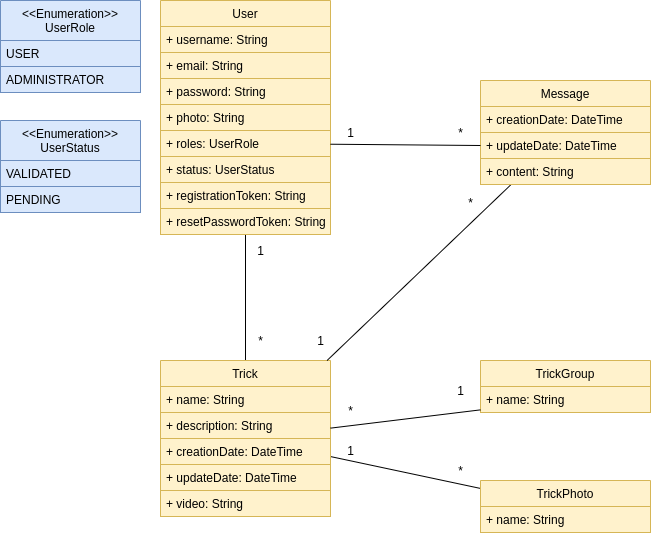
Earlier version of the draw.io export uml/Class Diagram.png (briandidierjean/projet6-da-php-symfony-oc). Source tidied: cells renumbered, new cells last; positions are measured from the earlier drawing's top-left corner, leaving out a move shared by most shapes. Source of this version:
```xml
<mxGraphModel>
  <root>
    <mxCell id="0" />
    <mxCell id="1" parent="0" />
    <mxCell id="2" style="edgeStyle=orthogonalEdgeStyle;rounded=0;jettySize=auto;html=1;entryX=0.5;entryY=0;entryDx=0;entryDy=0;endArrow=none;endFill=0;" parent="1" edge="1" source="3" target="19">
      <mxGeometry relative="1" as="geometry" />
    </mxCell>
    <mxCell id="3" value="User" style="swimlane;fontStyle=0;horizontal=1;startSize=26;fillColor=#fff2cc;strokeColor=#d6b656;" parent="1" vertex="1">
      <mxGeometry x="160" width="170" height="234" as="geometry" />
    </mxCell>
    <mxCell id="4" value="+ username: String" style="text;strokeColor=#d6b656;fillColor=#fff2cc;align=left;verticalAlign=top;spacingLeft=4;spacingRight=4;overflow=hidden;" parent="3" vertex="1">
      <mxGeometry y="26" width="170" height="26" as="geometry" />
    </mxCell>
    <mxCell id="5" value="+ email: String" style="text;strokeColor=#d6b656;fillColor=#fff2cc;align=left;verticalAlign=top;spacingLeft=4;spacingRight=4;overflow=hidden;" parent="3" vertex="1">
      <mxGeometry y="52" width="170" height="26" as="geometry" />
    </mxCell>
    <mxCell id="6" value="+ password: String" style="text;strokeColor=#d6b656;fillColor=#fff2cc;align=left;verticalAlign=top;spacingLeft=4;spacingRight=4;overflow=hidden;" parent="3" vertex="1">
      <mxGeometry y="78" width="170" height="26" as="geometry" />
    </mxCell>
    <mxCell id="7" value="+ photo: String" style="text;strokeColor=#d6b656;fillColor=#fff2cc;align=left;verticalAlign=top;spacingLeft=4;spacingRight=4;overflow=hidden;" parent="3" vertex="1">
      <mxGeometry y="104" width="170" height="26" as="geometry" />
    </mxCell>
    <mxCell id="8" value="+ roles: UserRole" style="text;strokeColor=#d6b656;fillColor=#fff2cc;align=left;verticalAlign=top;spacingLeft=4;spacingRight=4;overflow=hidden;points=[[0,0.5],[1,0.5]];portConstraint=eastwest;" parent="3" vertex="1">
      <mxGeometry y="130" width="170" height="26" as="geometry" />
    </mxCell>
    <mxCell id="9" value="+ status: UserStatus" style="text;strokeColor=#d6b656;fillColor=#fff2cc;align=left;verticalAlign=top;spacingLeft=4;spacingRight=4;overflow=hidden;" parent="3" vertex="1">
      <mxGeometry y="156" width="170" height="26" as="geometry" />
    </mxCell>
    <mxCell id="10" value="+ registrationToken: String" style="text;strokeColor=#d6b656;fillColor=#fff2cc;align=left;verticalAlign=top;spacingLeft=4;spacingRight=4;overflow=hidden;" parent="3" vertex="1">
      <mxGeometry y="182" width="170" height="26" as="geometry" />
    </mxCell>
    <mxCell id="11" value="+ resetPasswordToken: String" style="text;strokeColor=#d6b656;fillColor=#fff2cc;align=left;verticalAlign=top;spacingLeft=4;spacingRight=4;overflow=hidden;" parent="3" vertex="1">
      <mxGeometry y="208" width="170" height="26" as="geometry" />
    </mxCell>
    <mxCell id="12" value="&lt;&lt;Enumeration&gt;&gt;&#10;UserRole" style="swimlane;fontStyle=0;horizontal=1;startSize=40;fillColor=#dae8fc;strokeColor=#6c8ebf;" parent="1" vertex="1">
      <mxGeometry width="140" height="92" as="geometry" />
    </mxCell>
    <mxCell id="13" value="USER" style="text;fillColor=#dae8fc;align=left;verticalAlign=top;spacingLeft=4;spacingRight=4;overflow=hidden;labelBorderColor=none;strokeColor=#6c8ebf;" parent="12" vertex="1">
      <mxGeometry y="40" width="140" height="26" as="geometry" />
    </mxCell>
    <mxCell id="14" value="ADMINISTRATOR" style="text;strokeColor=#6c8ebf;fillColor=#dae8fc;align=left;verticalAlign=top;spacingLeft=4;spacingRight=4;overflow=hidden;" parent="12" vertex="1">
      <mxGeometry y="66" width="140" height="26" as="geometry" />
    </mxCell>
    <mxCell id="15" value="&lt;&lt;Enumeration&gt;&gt;&#10;UserStatus" style="swimlane;fontStyle=0;horizontal=1;startSize=40;fillColor=#dae8fc;strokeColor=#6c8ebf;" parent="1" vertex="1">
      <mxGeometry y="120" width="140" height="92" as="geometry" />
    </mxCell>
    <mxCell id="16" value="VALIDATED" style="text;fillColor=#dae8fc;align=left;verticalAlign=top;spacingLeft=4;spacingRight=4;overflow=hidden;labelBorderColor=none;strokeColor=#6c8ebf;" parent="15" vertex="1">
      <mxGeometry y="40" width="140" height="26" as="geometry" />
    </mxCell>
    <mxCell id="17" value="PENDING" style="text;strokeColor=#6c8ebf;fillColor=#dae8fc;align=left;verticalAlign=top;spacingLeft=4;spacingRight=4;overflow=hidden;" parent="15" vertex="1">
      <mxGeometry y="66" width="140" height="26" as="geometry" />
    </mxCell>
    <mxCell id="18" style="edgeStyle=none;rounded=0;jettySize=auto;html=1;endArrow=none;endFill=0;" parent="1" edge="1" source="19" target="32">
      <mxGeometry relative="1" as="geometry" />
    </mxCell>
    <mxCell id="19" value="Trick" style="swimlane;fontStyle=0;horizontal=1;startSize=26;fillColor=#fff2cc;strokeColor=#d6b656;" parent="1" vertex="1">
      <mxGeometry x="160" y="360" width="170" height="156" as="geometry" />
    </mxCell>
    <mxCell id="20" value="+ name: String" style="text;strokeColor=#d6b656;fillColor=#fff2cc;align=left;verticalAlign=top;spacingLeft=4;spacingRight=4;overflow=hidden;" parent="19" vertex="1">
      <mxGeometry y="26" width="170" height="26" as="geometry" />
    </mxCell>
    <mxCell id="21" value="+ description: String" style="text;strokeColor=#d6b656;fillColor=#fff2cc;align=left;verticalAlign=top;spacingLeft=4;spacingRight=4;overflow=hidden;" parent="19" vertex="1">
      <mxGeometry y="52" width="170" height="26" as="geometry" />
    </mxCell>
    <mxCell id="22" value="+ creationDate: DateTime" style="text;strokeColor=#d6b656;fillColor=#fff2cc;align=left;verticalAlign=top;spacingLeft=4;spacingRight=4;overflow=hidden;" parent="19" vertex="1">
      <mxGeometry y="78" width="170" height="26" as="geometry" />
    </mxCell>
    <mxCell id="23" value="+ updateDate: DateTime" style="text;strokeColor=#d6b656;fillColor=#fff2cc;align=left;verticalAlign=top;spacingLeft=4;spacingRight=4;overflow=hidden;" parent="19" vertex="1">
      <mxGeometry y="104" width="170" height="26" as="geometry" />
    </mxCell>
    <mxCell id="24" value="+ video: String" style="text;strokeColor=#d6b656;fillColor=#fff2cc;align=left;verticalAlign=top;spacingLeft=4;spacingRight=4;overflow=hidden;" parent="19" vertex="1">
      <mxGeometry y="130" width="170" height="26" as="geometry" />
    </mxCell>
    <mxCell id="25" style="edgeStyle=none;rounded=0;jettySize=auto;html=1;endArrow=none;endFill=0;" parent="1" edge="1" source="26" target="19">
      <mxGeometry relative="1" as="geometry" />
    </mxCell>
    <mxCell id="26" value="Message" style="swimlane;fontStyle=0;horizontal=1;startSize=26;fillColor=#fff2cc;strokeColor=#d6b656;" parent="1" vertex="1">
      <mxGeometry x="480" y="80" width="170" height="104" as="geometry" />
    </mxCell>
    <mxCell id="27" value="+ creationDate: DateTime" style="text;strokeColor=#d6b656;fillColor=#fff2cc;align=left;verticalAlign=top;spacingLeft=4;spacingRight=4;overflow=hidden;" parent="26" vertex="1">
      <mxGeometry y="26" width="170" height="26" as="geometry" />
    </mxCell>
    <mxCell id="28" value="+ updateDate: DateTime" style="text;strokeColor=#d6b656;fillColor=#fff2cc;align=left;verticalAlign=top;spacingLeft=4;spacingRight=4;overflow=hidden;points=[[0,0.5],[1,0.5]];portConstraint=eastwest;" parent="26" vertex="1">
      <mxGeometry y="52" width="170" height="26" as="geometry" />
    </mxCell>
    <mxCell id="29" value="+ content: String" style="text;strokeColor=#d6b656;fillColor=#fff2cc;align=left;verticalAlign=top;spacingLeft=4;spacingRight=4;overflow=hidden;" parent="26" vertex="1">
      <mxGeometry y="78" width="170" height="26" as="geometry" />
    </mxCell>
    <mxCell id="30" value="TrickGroup" style="swimlane;fontStyle=0;horizontal=1;startSize=26;fillColor=#fff2cc;strokeColor=#d6b656;" parent="1" vertex="1">
      <mxGeometry x="480" y="360" width="170" height="52" as="geometry" />
    </mxCell>
    <mxCell id="31" value="+ name: String" style="text;strokeColor=#d6b656;fillColor=#fff2cc;align=left;verticalAlign=top;spacingLeft=4;spacingRight=4;overflow=hidden;points=[[0,0.5],[1,0.5]];portConstraint=eastwest;" parent="30" vertex="1">
      <mxGeometry y="26" width="170" height="26" as="geometry" />
    </mxCell>
    <mxCell id="32" value="TrickPhoto" style="swimlane;fontStyle=0;horizontal=1;startSize=26;fillColor=#fff2cc;strokeColor=#d6b656;" parent="1" vertex="1">
      <mxGeometry x="480" y="480" width="170" height="52" as="geometry" />
    </mxCell>
    <mxCell id="33" value="+ name: String" style="text;strokeColor=#d6b656;fillColor=#fff2cc;align=left;verticalAlign=top;spacingLeft=4;spacingRight=4;overflow=hidden;" parent="32" vertex="1">
      <mxGeometry y="26" width="170" height="26" as="geometry" />
    </mxCell>
    <mxCell id="34" style="rounded=0;jettySize=auto;html=1;entryX=0;entryY=0.5;entryDx=0;entryDy=0;endArrow=none;endFill=0;" parent="1" edge="1" source="8" target="28">
      <mxGeometry relative="1" as="geometry" />
    </mxCell>
    <mxCell id="35" value="1" style="text;html=1;align=center;verticalAlign=middle;" parent="1" vertex="1">
      <mxGeometry x="340" y="122" width="20" height="20" as="geometry" />
    </mxCell>
    <mxCell id="36" value="*" style="text;html=1;align=center;verticalAlign=middle;" parent="1" vertex="1">
      <mxGeometry x="450" y="122" width="20" height="20" as="geometry" />
    </mxCell>
    <mxCell id="37" value="1" style="text;html=1;align=center;verticalAlign=middle;" parent="1" vertex="1">
      <mxGeometry x="250" y="240" width="20" height="20" as="geometry" />
    </mxCell>
    <mxCell id="38" value="*" style="text;html=1;align=center;verticalAlign=middle;" parent="1" vertex="1">
      <mxGeometry x="250" y="330" width="20" height="20" as="geometry" />
    </mxCell>
    <mxCell id="39" style="edgeStyle=none;rounded=0;jettySize=auto;html=1;endArrow=none;endFill=0;" parent="1" edge="1" source="31" target="19">
      <mxGeometry relative="1" as="geometry" />
    </mxCell>
    <mxCell id="40" value="1" style="text;html=1;align=center;verticalAlign=middle;" parent="1" vertex="1">
      <mxGeometry x="450" y="380" width="20" height="20" as="geometry" />
    </mxCell>
    <mxCell id="41" value="*" style="text;html=1;align=center;verticalAlign=middle;" parent="1" vertex="1">
      <mxGeometry x="340" y="400" width="20" height="20" as="geometry" />
    </mxCell>
    <mxCell id="42" value="1" style="text;html=1;align=center;verticalAlign=middle;" parent="1" vertex="1">
      <mxGeometry x="310" y="330" width="20" height="20" as="geometry" />
    </mxCell>
    <mxCell id="43" value="*" style="text;html=1;align=center;verticalAlign=middle;" parent="1" vertex="1">
      <mxGeometry x="460" y="192" width="20" height="20" as="geometry" />
    </mxCell>
    <mxCell id="44" value="1" style="text;html=1;align=center;verticalAlign=middle;" parent="1" vertex="1">
      <mxGeometry x="340" y="440" width="20" height="20" as="geometry" />
    </mxCell>
    <mxCell id="45" value="*" style="text;html=1;align=center;verticalAlign=middle;" parent="1" vertex="1">
      <mxGeometry x="450" y="460" width="20" height="20" as="geometry" />
    </mxCell>
  </root>
</mxGraphModel>
```
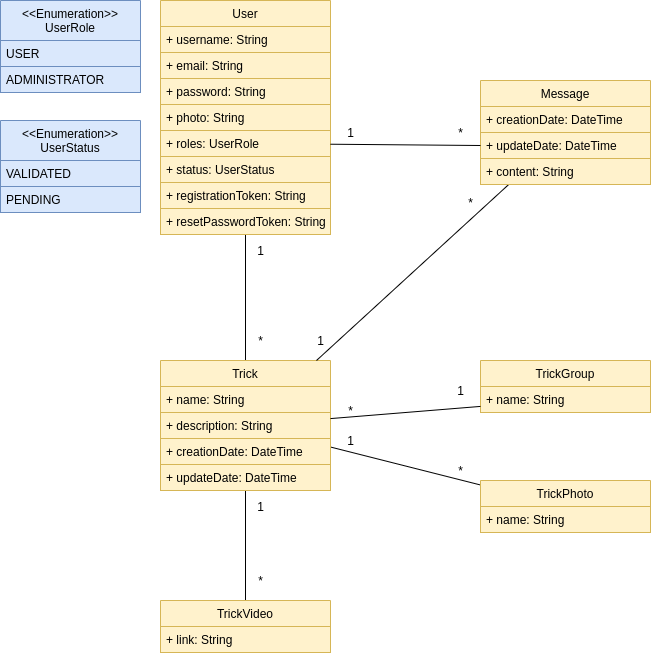
The same diagram one commit later.

Commit message:
refactor: Add Video Trick class

Change to the diagram source:
```diff
@@ -53,8 +53,11 @@
     <mxCell id="18" style="edgeStyle=none;rounded=0;jettySize=auto;html=1;endArrow=none;endFill=0;" parent="1" edge="1" source="19" target="32">
       <mxGeometry relative="1" as="geometry" />
     </mxCell>
+    <mxCell id="46" style="edgeStyle=none;rounded=0;jettySize=auto;html=1;endArrow=none;endFill=0;" parent="1" edge="1" source="19" target="47">
+      <mxGeometry relative="1" as="geometry" />
+    </mxCell>
     <mxCell id="19" value="Trick" style="swimlane;fontStyle=0;horizontal=1;startSize=26;fillColor=#fff2cc;strokeColor=#d6b656;" parent="1" vertex="1">
-      <mxGeometry x="160" y="360" width="170" height="156" as="geometry" />
+      <mxGeometry x="160" y="360" width="170" height="130" as="geometry" />
     </mxCell>
     <mxCell id="20" value="+ name: String" style="text;strokeColor=#d6b656;fillColor=#fff2cc;align=left;verticalAlign=top;spacingLeft=4;spacingRight=4;overflow=hidden;" parent="19" vertex="1">
       <mxGeometry y="26" width="170" height="26" as="geometry" />
@@ -68,9 +71,6 @@
     <mxCell id="23" value="+ updateDate: DateTime" style="text;strokeColor=#d6b656;fillColor=#fff2cc;align=left;verticalAlign=top;spacingLeft=4;spacingRight=4;overflow=hidden;" parent="19" vertex="1">
       <mxGeometry y="104" width="170" height="26" as="geometry" />
     </mxCell>
-    <mxCell id="24" value="+ video: String" style="text;strokeColor=#d6b656;fillColor=#fff2cc;align=left;verticalAlign=top;spacingLeft=4;spacingRight=4;overflow=hidden;" parent="19" vertex="1">
-      <mxGeometry y="130" width="170" height="26" as="geometry" />
-    </mxCell>
     <mxCell id="25" style="edgeStyle=none;rounded=0;jettySize=auto;html=1;endArrow=none;endFill=0;" parent="1" edge="1" source="26" target="19">
       <mxGeometry relative="1" as="geometry" />
     </mxCell>
@@ -129,10 +129,22 @@
       <mxGeometry x="460" y="192" width="20" height="20" as="geometry" />
     </mxCell>
     <mxCell id="44" value="1" style="text;html=1;align=center;verticalAlign=middle;" parent="1" vertex="1">
-      <mxGeometry x="340" y="440" width="20" height="20" as="geometry" />
+      <mxGeometry x="340" y="430" width="20" height="20" as="geometry" />
     </mxCell>
     <mxCell id="45" value="*" style="text;html=1;align=center;verticalAlign=middle;" parent="1" vertex="1">
       <mxGeometry x="450" y="460" width="20" height="20" as="geometry" />
     </mxCell>
+    <mxCell id="47" value="TrickVideo" style="swimlane;fontStyle=0;horizontal=1;startSize=26;fillColor=#fff2cc;strokeColor=#d6b656;" parent="1" vertex="1">
+      <mxGeometry x="160" y="600" width="170" height="52" as="geometry" />
+    </mxCell>
+    <mxCell id="48" value="+ link: String" style="text;strokeColor=#d6b656;fillColor=#fff2cc;align=left;verticalAlign=top;spacingLeft=4;spacingRight=4;overflow=hidden;" parent="47" vertex="1">
+      <mxGeometry y="26" width="170" height="26" as="geometry" />
+    </mxCell>
+    <mxCell id="49" value="1" style="text;html=1;align=center;verticalAlign=middle;" parent="1" vertex="1">
+      <mxGeometry x="250" y="496" width="20" height="20" as="geometry" />
+    </mxCell>
+    <mxCell id="50" value="*" style="text;html=1;align=center;verticalAlign=middle;" parent="1" vertex="1">
+      <mxGeometry x="250" y="570" width="20" height="20" as="geometry" />
+    </mxCell>
   </root>
 </mxGraphModel>
```
